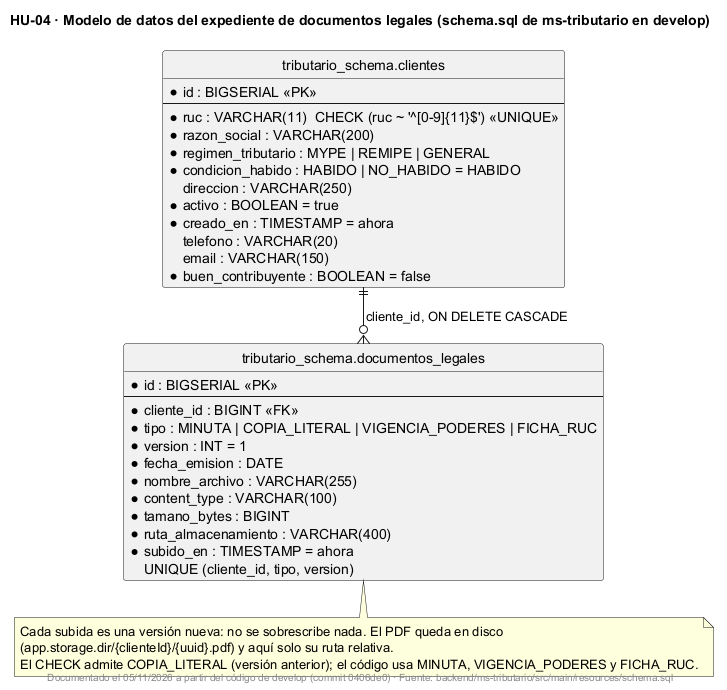
Earlier version of the PlantUML export docs/uml/img/HU04-er-documentos.png (fabianrodriguez33/plus-contable). The source it was exported from:
```plantuml
@startuml
!pragma layout smetana
title HU-04 · Modelo de datos del expediente de documentos legales (schema.sql de ms-tributario en develop)
skinparam shadowing false
hide circle

entity "tributario_schema.clientes" as clientes {
  * id : BIGSERIAL <<PK>>
  --
  * ruc : VARCHAR(11)  CHECK (ruc ~ '^[0-9]{11}$') <<UNIQUE>>
  * razon_social : VARCHAR(200)
  * regimen_tributario : MYPE | REMIPE | GENERAL
  * condicion_habido : HABIDO | NO_HABIDO = HABIDO
    direccion : VARCHAR(250)
  * activo : BOOLEAN = true
  * creado_en : TIMESTAMP = ahora
    telefono : VARCHAR(20)
    email : VARCHAR(150)
  * buen_contribuyente : BOOLEAN = false
}

entity "tributario_schema.documentos_legales" as documentos_legales {
  * id : BIGSERIAL <<PK>>
  --
  * cliente_id : BIGINT <<FK>>
  * tipo : MINUTA | COPIA_LITERAL | VIGENCIA_PODERES | FICHA_RUC
  * version : INT = 1
  * fecha_emision : DATE
  * nombre_archivo : VARCHAR(255)
  * content_type : VARCHAR(100)
  * tamano_bytes : BIGINT
  * ruta_almacenamiento : VARCHAR(400)
  * subido_en : TIMESTAMP = ahora
  UNIQUE (cliente_id, tipo, version)
}

clientes ||--o{ documentos_legales : cliente_id, ON DELETE CASCADE

note bottom of documentos_legales
  Cada subida es una versión nueva: no se sobrescribe nada. El PDF queda en disco
  (app.storage.dir/{clienteId}/{uuid}.pdf) y aquí solo su ruta relativa.
  El CHECK admite COPIA_LITERAL (versión anterior); el código usa MINUTA, VIGENCIA_PODERES y FICHA_RUC.
end note

footer Documentado el 05/11/2026 a partir del código de develop (commit 0406de0) · Fuente: backend/ms-tributario/src/main/resources/schema.sql
@enduml
```
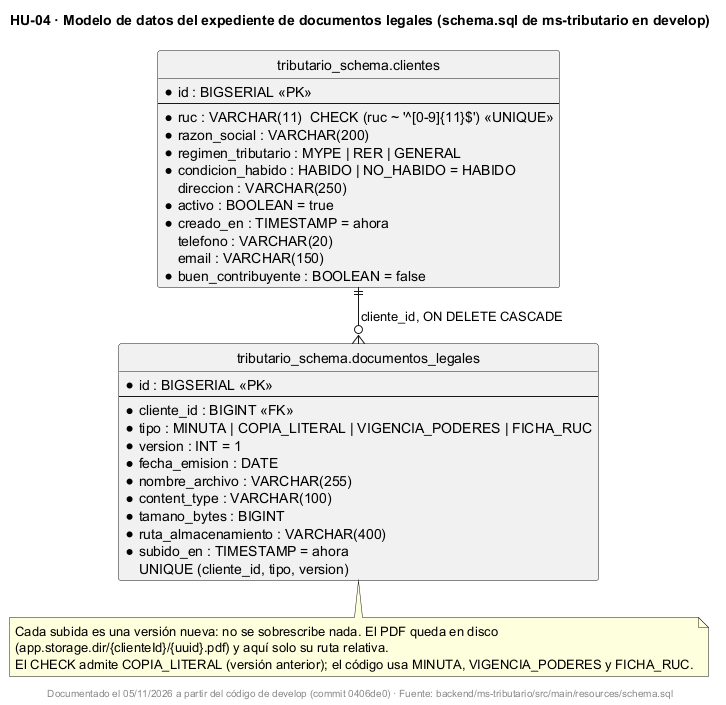
The same diagram one commit later.

The edit, as a diff of the source:
```diff
@@ -9,7 +9,7 @@
   --
   * ruc : VARCHAR(11)  CHECK (ruc ~ '^[0-9]{11}$') <<UNIQUE>>
   * razon_social : VARCHAR(200)
-  * regimen_tributario : MYPE | REMIPE | GENERAL
+  * regimen_tributario : MYPE | RER | GENERAL
   * condicion_habido : HABIDO | NO_HABIDO = HABIDO
     direccion : VARCHAR(250)
   * activo : BOOLEAN = true
```
